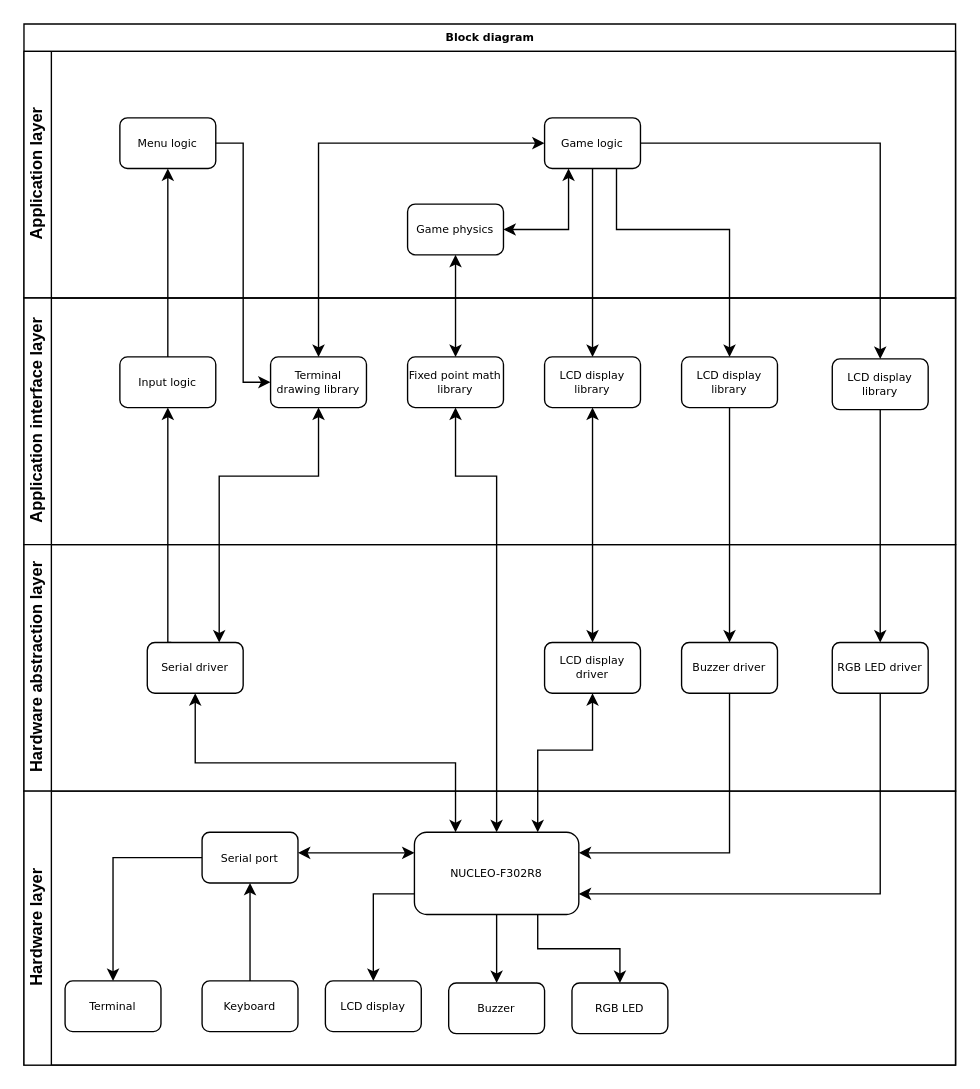
macnetic/30010-spaceship keeps this draw.io diagram as block diagram.drawio. Above is the earlier version. Source tidied: cells renumbered, new cells numbered last; positions are measured from the earlier drawing's top-left corner, leaving out a move shared by most shapes. Both pictures are drawn from the tidied source at 137%, with x=0, y=0 at pixel (23, 23).
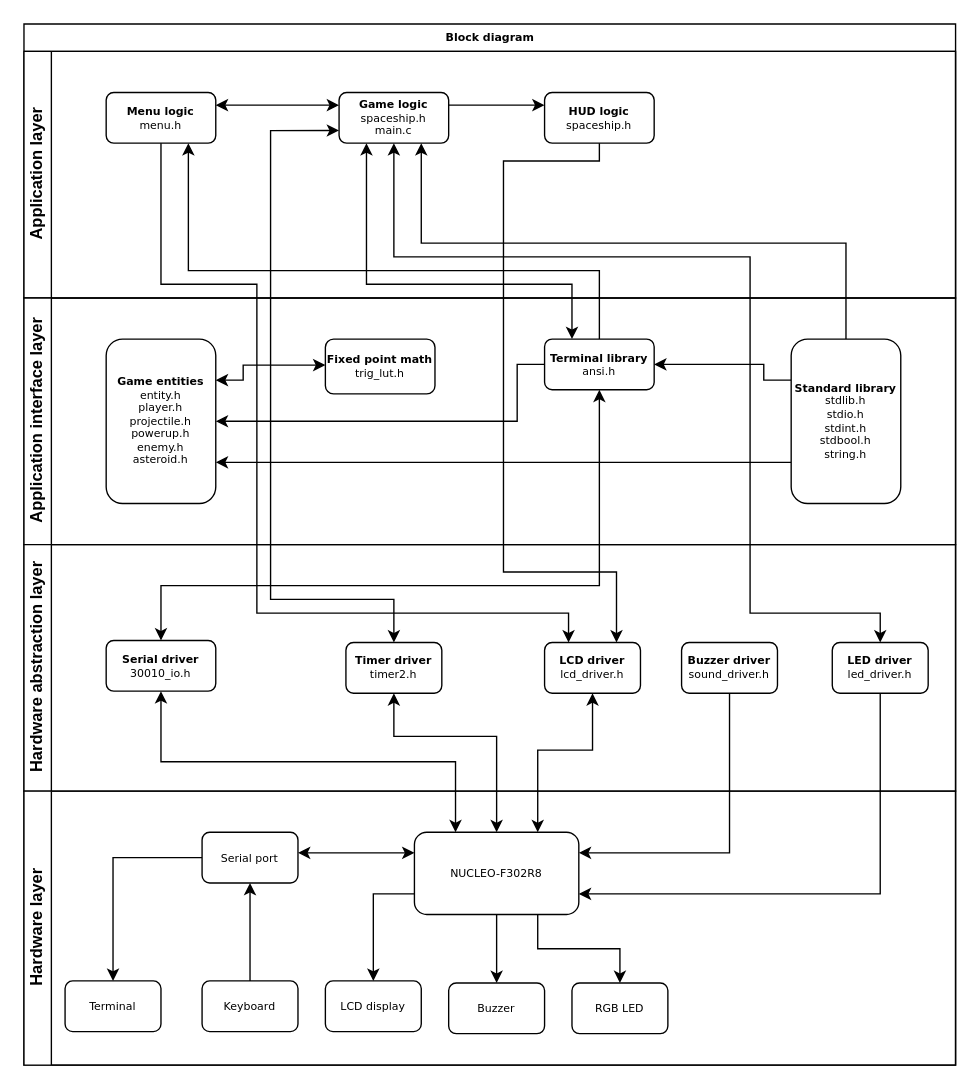
The same diagram, later.

Commit message (it also covers changes not shown here):
Auto stash before merge of "master" and "origin/master"

The change refers to these unchanged cells:
```xml
<mxCell id="2" value="Block diagram" style="swimlane;html=1;horizontal=1;startSize=20;rounded=0;shadow=0;labelBackgroundColor=none;strokeColor=#000000;strokeWidth=1;fillColor=#ffffff;fontFamily=Verdana;fontSize=8;fontColor=#000000;align=center;" parent="1" vertex="1">
  <mxGeometry width="680" height="760" as="geometry" />
</mxCell>
<mxCell id="3" value="Application layer" style="swimlane;html=1;startSize=20;horizontal=0;" parent="2" vertex="1">
  <mxGeometry y="20" width="680" height="180" as="geometry" />
</mxCell>
<mxCell id="8" value="Application interface layer" style="swimlane;html=1;startSize=20;horizontal=0;" parent="2" vertex="1">
  <mxGeometry y="200" width="680" height="180" as="geometry" />
</mxCell>
<mxCell id="20" value="Hardware abstraction layer" style="swimlane;html=1;startSize=20;horizontal=0;" parent="2" vertex="1">
  <mxGeometry y="380" width="680" height="180" as="geometry" />
</mxCell>
<mxCell id="35" value="NUCLEO-F302R8" style="rounded=1;whiteSpace=wrap;html=1;shadow=0;labelBackgroundColor=none;strokeColor=#000000;strokeWidth=1;fillColor=#ffffff;fontFamily=Verdana;fontSize=8;fontColor=#000000;align=center;" parent="31" vertex="1">
  <mxGeometry x="285" y="30" width="120" height="60" as="geometry" />
</mxCell>
```

What changed in the source:
```diff
@@
-    <mxCell id="4" style="edgeStyle=orthogonalEdgeStyle;rounded=0;jettySize=auto;html=1;entryX=1;entryY=0.5;entryDx=0;entryDy=0;startArrow=classic;startFill=1;exitX=0.25;exitY=1;exitDx=0;exitDy=0;" parent="3" edge="1" source="5" target="7">
-      <mxGeometry relative="1" as="geometry" />
-    </mxCell>
-    <mxCell id="5" value="Game logic" style="rounded=1;whiteSpace=wrap;html=1;shadow=0;labelBackgroundColor=none;strokeColor=#000000;strokeWidth=1;fillColor=#ffffff;fontFamily=Verdana;fontSize=8;fontColor=#000000;align=center;" parent="3" vertex="1">
-      <mxGeometry x="380" y="48.5" width="70" height="37" as="geometry" />
+    <mxCell id="5" value="&lt;div&gt;&lt;b&gt;HUD logic&lt;/b&gt;&lt;/div&gt;&lt;div&gt;spaceship.h&lt;br&gt;&lt;b&gt;&lt;/b&gt;&lt;/div&gt;" style="rounded=1;whiteSpace=wrap;html=1;shadow=0;labelBackgroundColor=none;strokeColor=#000000;strokeWidth=1;fillColor=#ffffff;fontFamily=Verdana;fontSize=8;fontColor=#000000;align=center;" parent="3" vertex="1">
+      <mxGeometry x="380" y="30" width="80" height="37" as="geometry" />
     </mxCell>
-    <mxCell id="6" value="Menu logic" style="rounded=1;whiteSpace=wrap;html=1;shadow=0;labelBackgroundColor=none;strokeColor=#000000;strokeWidth=1;fillColor=#ffffff;fontFamily=Verdana;fontSize=8;fontColor=#000000;align=center;" parent="3" vertex="1">
-      <mxGeometry x="70" y="48.5" width="70" height="37" as="geometry" />
+    <mxCell id="6" value="&lt;div&gt;&lt;b&gt;Menu logic&lt;/b&gt;&lt;/div&gt;menu.h" style="rounded=1;whiteSpace=wrap;html=1;shadow=0;labelBackgroundColor=none;strokeColor=#000000;strokeWidth=1;fillColor=#ffffff;fontFamily=Verdana;fontSize=8;fontColor=#000000;align=center;" parent="3" vertex="1">
+      <mxGeometry x="60" y="30" width="80" height="37" as="geometry" />
     </mxCell>
-    <mxCell id="7" value="Game physics" style="rounded=1;whiteSpace=wrap;html=1;shadow=0;labelBackgroundColor=none;strokeColor=#000000;strokeWidth=1;fillColor=#ffffff;fontFamily=Verdana;fontSize=8;fontColor=#000000;align=center;" parent="3" vertex="1">
-      <mxGeometry x="280" y="111.5" width="70" height="37" as="geometry" />
-    </mxCell>
@@
+    <mxCell id="51" style="edgeStyle=orthogonalEdgeStyle;rounded=0;jettySize=auto;html=1;entryX=1;entryY=0.25;entryDx=0;entryDy=0;startArrow=classic;startFill=1;" parent="8" edge="1" source="9" target="10">
+      <mxGeometry relative="1" as="geometry">
+        <Array as="points">
+          <mxPoint x="160" y="49" />
+          <mxPoint x="160" y="60" />
+        </Array>
+      </mxGeometry>
+    </mxCell>
-    <mxCell id="9" value="Fixed point math library" style="rounded=1;whiteSpace=wrap;html=1;shadow=0;labelBackgroundColor=none;strokeColor=#000000;strokeWidth=1;fillColor=#ffffff;fontFamily=Verdana;fontSize=8;fontColor=#000000;align=center;" parent="8" vertex="1">
-      <mxGeometry x="280" y="43" width="70" height="37" as="geometry" />
+    <mxCell id="9" value="&lt;div&gt;&lt;b&gt;Fixed point math&lt;/b&gt;&lt;/div&gt;&lt;div&gt;trig_lut.h&lt;br&gt;&lt;b&gt;&lt;/b&gt;&lt;/div&gt;" style="rounded=1;whiteSpace=wrap;html=1;shadow=0;labelBackgroundColor=none;strokeColor=#000000;strokeWidth=1;fillColor=#ffffff;fontFamily=Verdana;fontSize=8;fontColor=#000000;align=center;" parent="8" vertex="1">
+      <mxGeometry x="220" y="30" width="80" height="40" as="geometry" />
     </mxCell>
-    <mxCell id="10" value="Terminal drawing library" style="rounded=1;whiteSpace=wrap;html=1;shadow=0;labelBackgroundColor=none;strokeColor=#000000;strokeWidth=1;fillColor=#ffffff;fontFamily=Verdana;fontSize=8;fontColor=#000000;align=center;" parent="8" vertex="1">
-      <mxGeometry x="180" y="43" width="70" height="37" as="geometry" />
+    <mxCell id="10" value="&lt;div&gt;&lt;b&gt;Game entities&lt;/b&gt;&lt;/div&gt;&lt;div&gt;entity.h&lt;/div&gt;&lt;div&gt;player.h&lt;/div&gt;&lt;div&gt;projectile.h&lt;/div&gt;&lt;div&gt;powerup.h&lt;/div&gt;&lt;div&gt;enemy.h&lt;/div&gt;&lt;div&gt;asteroid.h&lt;/div&gt;" style="rounded=1;whiteSpace=wrap;html=1;shadow=0;labelBackgroundColor=none;strokeColor=#000000;strokeWidth=1;fillColor=#ffffff;fontFamily=Verdana;fontSize=8;fontColor=#000000;align=center;" parent="8" vertex="1">
+      <mxGeometry x="60" y="30" width="80" height="120" as="geometry" />
     </mxCell>
-    <mxCell id="11" value="Input logic" style="rounded=1;whiteSpace=wrap;html=1;shadow=0;labelBackgroundColor=none;strokeColor=#000000;strokeWidth=1;fillColor=#ffffff;fontFamily=Verdana;fontSize=8;fontColor=#000000;align=center;" parent="8" vertex="1">
-      <mxGeometry x="70" y="43" width="70" height="37" as="geometry" />
-    </mxCell>
+    <mxCell id="52" style="edgeStyle=orthogonalEdgeStyle;rounded=0;jettySize=auto;html=1;entryX=1;entryY=0.5;entryDx=0;entryDy=0;startArrow=none;startFill=0;" parent="8" edge="1" source="12" target="10">
+      <mxGeometry relative="1" as="geometry">
+        <Array as="points">
+          <mxPoint x="360" y="49" />
+          <mxPoint x="360" y="90" />
+        </Array>
+      </mxGeometry>
+    </mxCell>
-    <mxCell id="12" value="LCD display library" style="rounded=1;whiteSpace=wrap;html=1;shadow=0;labelBackgroundColor=none;strokeColor=#000000;strokeWidth=1;fillColor=#ffffff;fontFamily=Verdana;fontSize=8;fontColor=#000000;align=center;" parent="8" vertex="1">
-      <mxGeometry x="380" y="43" width="70" height="37" as="geometry" />
+    <mxCell id="12" value="&lt;div&gt;&lt;b&gt;Terminal library&lt;/b&gt;&lt;/div&gt;&lt;div&gt;ansi.h&lt;br&gt;&lt;b&gt;&lt;/b&gt;&lt;/div&gt;" style="rounded=1;whiteSpace=wrap;html=1;shadow=0;labelBackgroundColor=none;strokeColor=#000000;strokeWidth=1;fillColor=#ffffff;fontFamily=Verdana;fontSize=8;fontColor=#000000;align=center;" parent="8" vertex="1">
+      <mxGeometry x="380" y="30" width="80" height="37" as="geometry" />
     </mxCell>
+    <mxCell id="53" style="edgeStyle=orthogonalEdgeStyle;rounded=0;jettySize=auto;html=1;exitX=0;exitY=0.75;exitDx=0;exitDy=0;entryX=1;entryY=0.75;entryDx=0;entryDy=0;startArrow=none;startFill=0;" parent="8" edge="1" source="13" target="10">
+      <mxGeometry relative="1" as="geometry" />
+    </mxCell>
+    <mxCell id="54" style="edgeStyle=orthogonalEdgeStyle;rounded=0;jettySize=auto;html=1;exitX=0;exitY=0.25;exitDx=0;exitDy=0;entryX=1;entryY=0.5;entryDx=0;entryDy=0;startArrow=none;startFill=0;" parent="8" edge="1" source="13" target="12">
+      <mxGeometry relative="1" as="geometry">
+        <Array as="points">
+          <mxPoint x="540" y="60" />
+          <mxPoint x="540" y="49" />
+        </Array>
+      </mxGeometry>
+    </mxCell>
-    <mxCell id="13" value="LCD display library" style="rounded=1;whiteSpace=wrap;html=1;shadow=0;labelBackgroundColor=none;strokeColor=#000000;strokeWidth=1;fillColor=#ffffff;fontFamily=Verdana;fontSize=8;fontColor=#000000;align=center;" parent="8" vertex="1">
-      <mxGeometry x="590" y="44.5" width="70" height="37" as="geometry" />
+    <mxCell id="13" value="&lt;div&gt;&lt;b&gt;Standard library&lt;/b&gt;&lt;/div&gt;&lt;div&gt;stdlib.h&lt;/div&gt;&lt;div&gt;stdio.h&lt;/div&gt;&lt;div&gt;stdint.h&lt;/div&gt;&lt;div&gt;stdbool.h&lt;/div&gt;&lt;div&gt;string.h&lt;br&gt;&lt;/div&gt;" style="rounded=1;whiteSpace=wrap;html=1;shadow=0;labelBackgroundColor=none;strokeColor=#000000;strokeWidth=1;fillColor=#ffffff;fontFamily=Verdana;fontSize=8;fontColor=#000000;align=center;" parent="8" vertex="1">
+      <mxGeometry x="560" y="30" width="80" height="120" as="geometry" />
     </mxCell>
-    <mxCell id="14" style="edgeStyle=orthogonalEdgeStyle;rounded=0;jettySize=auto;html=1;startArrow=classic;startFill=1;exitX=0.75;exitY=0;exitDx=0;exitDy=0;" parent="2" edge="1" source="21" target="10">
-      <mxGeometry relative="1" as="geometry">
-        <Array as="points">
-          <mxPoint x="213" y="330" />
-          <mxPoint x="285" y="330" />
-        </Array>
-      </mxGeometry>
-    </mxCell>
-    <mxCell id="15" style="edgeStyle=orthogonalEdgeStyle;rounded=0;jettySize=auto;html=1;entryX=0.5;entryY=1;entryDx=0;entryDy=0;startArrow=none;startFill=0;" parent="2" edge="1" source="11" target="6">
-      <mxGeometry relative="1" as="geometry" />
-    </mxCell>
-    <mxCell id="16" style="edgeStyle=orthogonalEdgeStyle;rounded=0;jettySize=auto;html=1;entryX=0;entryY=0.5;entryDx=0;entryDy=0;startArrow=none;startFill=0;" parent="2" edge="1" source="6" target="10">
-      <mxGeometry relative="1" as="geometry" />
-    </mxCell>
-    <mxCell id="17" style="edgeStyle=orthogonalEdgeStyle;rounded=0;jettySize=auto;html=1;entryX=0.5;entryY=0;entryDx=0;entryDy=0;startArrow=classic;startFill=1;exitX=0.5;exitY=1;exitDx=0;exitDy=0;" parent="2" edge="1" source="7" target="9">
-      <mxGeometry relative="1" as="geometry" />
-    </mxCell>
-    <mxCell id="18" style="edgeStyle=orthogonalEdgeStyle;rounded=0;jettySize=auto;html=1;entryX=0.5;entryY=0;entryDx=0;entryDy=0;startArrow=classic;startFill=1;exitX=0;exitY=0.5;exitDx=0;exitDy=0;" parent="2" edge="1" source="5" target="10">
-      <mxGeometry relative="1" as="geometry" />
-    </mxCell>
-    <mxCell id="19" style="edgeStyle=orthogonalEdgeStyle;rounded=0;jettySize=auto;html=1;exitX=0.25;exitY=0;exitDx=0;exitDy=0;entryX=0.5;entryY=1;entryDx=0;entryDy=0;startArrow=none;startFill=0;" parent="2" edge="1" source="21" target="11">
-      <mxGeometry relative="1" as="geometry">
-        <Array as="points">
-          <mxPoint x="105" y="451" />
-        </Array>
-      </mxGeometry>
-    </mxCell>
@@
-    <mxCell id="21" value="Serial driver" style="rounded=1;whiteSpace=wrap;html=1;shadow=0;labelBackgroundColor=none;strokeColor=#000000;strokeWidth=1;fillColor=#ffffff;fontFamily=Verdana;fontSize=8;fontColor=#000000;align=center;" parent="20" vertex="1">
-      <mxGeometry x="90" y="71.5" width="70" height="37" as="geometry" />
+    <mxCell id="21" value="&lt;div&gt;&lt;b&gt;Serial driver&lt;/b&gt;&lt;/div&gt;&lt;div&gt;30010_io.h&lt;br&gt;&lt;/div&gt;" style="rounded=1;whiteSpace=wrap;html=1;shadow=0;labelBackgroundColor=none;strokeColor=#000000;strokeWidth=1;fillColor=#ffffff;fontFamily=Verdana;fontSize=8;fontColor=#000000;align=center;" parent="20" vertex="1">
+      <mxGeometry x="60" y="70" width="80" height="37" as="geometry" />
     </mxCell>
-    <mxCell id="22" value="LCD display driver" style="rounded=1;whiteSpace=wrap;html=1;shadow=0;labelBackgroundColor=none;strokeColor=#000000;strokeWidth=1;fillColor=#ffffff;fontFamily=Verdana;fontSize=8;fontColor=#000000;align=center;" parent="20" vertex="1">
+    <mxCell id="22" value="&lt;div&gt;&lt;b&gt;LCD driver&lt;/b&gt;&lt;/div&gt;&lt;div&gt;lcd_driver.h&lt;br&gt;&lt;/div&gt;" style="rounded=1;whiteSpace=wrap;html=1;shadow=0;labelBackgroundColor=none;strokeColor=#000000;strokeWidth=1;fillColor=#ffffff;fontFamily=Verdana;fontSize=8;fontColor=#000000;align=center;" parent="20" vertex="1">
       <mxGeometry x="380" y="71.5" width="70" height="37" as="geometry" />
     </mxCell>
-    <mxCell id="23" value="RGB LED driver" style="rounded=1;whiteSpace=wrap;html=1;shadow=0;labelBackgroundColor=none;strokeColor=#000000;strokeWidth=1;fillColor=#ffffff;fontFamily=Verdana;fontSize=8;fontColor=#000000;align=center;" parent="20" vertex="1">
+    <mxCell id="23" value="&lt;div&gt;&lt;b&gt;LED driver&lt;/b&gt;&lt;/div&gt;&lt;div&gt;led_driver.h&lt;br&gt;&lt;b&gt;&lt;/b&gt;&lt;/div&gt;" style="rounded=1;whiteSpace=wrap;html=1;shadow=0;labelBackgroundColor=none;strokeColor=#000000;strokeWidth=1;fillColor=#ffffff;fontFamily=Verdana;fontSize=8;fontColor=#000000;align=center;" parent="20" vertex="1">
       <mxGeometry x="590" y="71.5" width="70" height="37" as="geometry" />
     </mxCell>
-    <mxCell id="24" value="Buzzer driver" style="rounded=1;whiteSpace=wrap;html=1;shadow=0;labelBackgroundColor=none;strokeColor=#000000;strokeWidth=1;fillColor=#ffffff;fontFamily=Verdana;fontSize=8;fontColor=#000000;align=center;" parent="20" vertex="1">
+    <mxCell id="24" value="&lt;div&gt;&lt;b&gt;Buzzer driver&lt;/b&gt;&lt;/div&gt;&lt;div&gt;sound_driver.h&lt;br&gt;&lt;/div&gt;" style="rounded=1;whiteSpace=wrap;html=1;shadow=0;labelBackgroundColor=none;strokeColor=#000000;strokeWidth=1;fillColor=#ffffff;fontFamily=Verdana;fontSize=8;fontColor=#000000;align=center;" parent="20" vertex="1">
       <mxGeometry x="480" y="71.5" width="70" height="37" as="geometry" />
     </mxCell>
+    <mxCell id="55" value="&lt;div&gt;&lt;b&gt;Timer driver&lt;/b&gt;&lt;/div&gt;&lt;div&gt;timer2.h&lt;br&gt;&lt;/div&gt;" style="rounded=1;whiteSpace=wrap;html=1;shadow=0;labelBackgroundColor=none;strokeColor=#000000;strokeWidth=1;fillColor=#ffffff;fontFamily=Verdana;fontSize=8;fontColor=#000000;align=center;" parent="20" vertex="1">
+      <mxGeometry x="235" y="71.5" width="70" height="37" as="geometry" />
+    </mxCell>
@@
-    <mxCell id="28" style="edgeStyle=orthogonalEdgeStyle;rounded=0;jettySize=auto;html=1;startArrow=classic;startFill=1;exitX=0.5;exitY=1;exitDx=0;exitDy=0;entryX=0.5;entryY=0;entryDx=0;entryDy=0;" parent="2" edge="1" source="12" target="22">
-      <mxGeometry relative="1" as="geometry">
-        <Array as="points">
-          <mxPoint x="415" y="390" />
-          <mxPoint x="415" y="390" />
-        </Array>
-      </mxGeometry>
-    </mxCell>
@@
-    <mxCell id="30" style="edgeStyle=orthogonalEdgeStyle;rounded=0;jettySize=auto;html=1;entryX=0.5;entryY=0;entryDx=0;entryDy=0;startArrow=classic;startFill=1;exitX=0.5;exitY=1;exitDx=0;exitDy=0;" parent="2" edge="1" source="9" target="35">
-      <mxGeometry relative="1" as="geometry">
-        <Array as="points">
-          <mxPoint x="315" y="330" />
-          <mxPoint x="345" y="330" />
-        </Array>
-      </mxGeometry>
-    </mxCell>
@@
-    <mxCell id="45" style="edgeStyle=orthogonalEdgeStyle;rounded=0;jettySize=auto;html=1;exitX=0.5;exitY=1;exitDx=0;exitDy=0;entryX=0.5;entryY=0;entryDx=0;entryDy=0;startArrow=none;startFill=0;" parent="2" edge="1" source="13" target="23">
-      <mxGeometry relative="1" as="geometry" />
-    </mxCell>
-    <mxCell id="46" style="edgeStyle=orthogonalEdgeStyle;rounded=0;jettySize=auto;html=1;exitX=0.5;exitY=1;exitDx=0;exitDy=0;entryX=0.5;entryY=0;entryDx=0;entryDy=0;startArrow=none;startFill=0;" parent="2" edge="1" source="5" target="12">
-      <mxGeometry relative="1" as="geometry" />
-    </mxCell>
-    <mxCell id="47" style="edgeStyle=orthogonalEdgeStyle;rounded=0;jettySize=auto;html=1;exitX=1;exitY=0.5;exitDx=0;exitDy=0;entryX=0.5;entryY=0;entryDx=0;entryDy=0;startArrow=none;startFill=0;" parent="2" edge="1" source="5" target="13">
-      <mxGeometry relative="1" as="geometry" />
-    </mxCell>
-    <mxCell id="48" style="edgeStyle=orthogonalEdgeStyle;rounded=0;jettySize=auto;html=1;entryX=0.5;entryY=0;entryDx=0;entryDy=0;startArrow=none;startFill=0;" parent="1" edge="1" source="49" target="24">
-      <mxGeometry relative="1" as="geometry" />
-    </mxCell>
-    <mxCell id="49" value="LCD display library" style="rounded=1;whiteSpace=wrap;html=1;shadow=0;labelBackgroundColor=none;strokeColor=#000000;strokeWidth=1;fillColor=#ffffff;fontFamily=Verdana;fontSize=8;fontColor=#000000;align=center;" parent="1" vertex="1">
-      <mxGeometry x="480" y="243" width="70" height="37" as="geometry" />
-    </mxCell>
-    <mxCell id="50" style="edgeStyle=orthogonalEdgeStyle;rounded=0;jettySize=auto;html=1;exitX=0.75;exitY=1;exitDx=0;exitDy=0;startArrow=none;startFill=0;" parent="1" edge="1" source="5" target="49">
-      <mxGeometry relative="1" as="geometry">
-        <Array as="points">
-          <mxPoint x="432" y="150" />
-          <mxPoint x="515" y="150" />
-        </Array>
-      </mxGeometry>
-    </mxCell>
+    <mxCell id="56" style="edgeStyle=orthogonalEdgeStyle;rounded=0;jettySize=auto;html=1;startArrow=classic;startFill=1;" parent="2" edge="1" source="35" target="55">
+      <mxGeometry relative="1" as="geometry">
+        <Array as="points">
+          <mxPoint x="345" y="520" />
+          <mxPoint x="270" y="520" />
+        </Array>
+      </mxGeometry>
+    </mxCell>
+    <mxCell id="57" style="edgeStyle=orthogonalEdgeStyle;rounded=0;jettySize=auto;html=1;entryX=0.75;entryY=1;entryDx=0;entryDy=0;startArrow=none;startFill=0;" parent="2" edge="1" target="6">
+      <mxGeometry relative="1" as="geometry">
+        <mxPoint x="420" y="230" as="sourcePoint" />
+        <Array as="points">
+          <mxPoint x="420" y="180" />
+          <mxPoint x="120" y="180" />
+        </Array>
+      </mxGeometry>
+    </mxCell>
+    <mxCell id="58" style="edgeStyle=orthogonalEdgeStyle;rounded=0;jettySize=auto;html=1;exitX=0.5;exitY=1;exitDx=0;exitDy=0;entryX=0.25;entryY=0;entryDx=0;entryDy=0;startArrow=none;startFill=0;" parent="2" edge="1" source="6" target="22">
+      <mxGeometry relative="1" as="geometry">
+        <Array as="points">
+          <mxPoint x="100" y="190" />
+          <mxPoint x="170" y="190" />
+          <mxPoint x="170" y="430" />
+          <mxPoint x="397" y="430" />
+        </Array>
+      </mxGeometry>
+    </mxCell>
+    <mxCell id="59" style="edgeStyle=orthogonalEdgeStyle;rounded=0;jettySize=auto;html=1;startArrow=classic;startFill=1;" parent="2" edge="1" source="21" target="12">
+      <mxGeometry relative="1" as="geometry">
+        <Array as="points">
+          <mxPoint x="100" y="410" />
+          <mxPoint x="420" y="410" />
+        </Array>
+      </mxGeometry>
+    </mxCell>
+    <mxCell id="60" style="edgeStyle=orthogonalEdgeStyle;rounded=0;jettySize=auto;html=1;exitX=0.5;exitY=1;exitDx=0;exitDy=0;entryX=0.75;entryY=0;entryDx=0;entryDy=0;startArrow=none;startFill=0;" parent="2" edge="1" source="5" target="22">
+      <mxGeometry relative="1" as="geometry">
+        <Array as="points">
+          <mxPoint x="420" y="100" />
+          <mxPoint x="350" y="100" />
+          <mxPoint x="350" y="400" />
+          <mxPoint x="432" y="400" />
+        </Array>
+      </mxGeometry>
+    </mxCell>
+    <mxCell id="61" style="edgeStyle=orthogonalEdgeStyle;rounded=0;jettySize=auto;html=1;entryX=0;entryY=0.25;entryDx=0;entryDy=0;startArrow=none;startFill=0;exitX=1;exitY=0.25;exitDx=0;exitDy=0;" parent="1" edge="1" source="63" target="5">
+      <mxGeometry relative="1" as="geometry" />
+    </mxCell>
+    <mxCell id="62" style="edgeStyle=orthogonalEdgeStyle;rounded=0;jettySize=auto;html=1;entryX=1;entryY=0.25;entryDx=0;entryDy=0;startArrow=classic;startFill=1;exitX=0;exitY=0.25;exitDx=0;exitDy=0;" parent="1" edge="1" source="63" target="6">
+      <mxGeometry relative="1" as="geometry" />
+    </mxCell>
+    <mxCell id="63" value="&lt;div&gt;&lt;b&gt;Game logic&lt;/b&gt;&lt;/div&gt;&lt;div&gt;spaceship.h&lt;/div&gt;&lt;div&gt;main.c&lt;br&gt;&lt;b&gt;&lt;/b&gt;&lt;/div&gt;" style="rounded=1;whiteSpace=wrap;html=1;shadow=0;labelBackgroundColor=none;strokeColor=#000000;strokeWidth=1;fillColor=#ffffff;fontFamily=Verdana;fontSize=8;fontColor=#000000;align=center;" parent="1" vertex="1">
+      <mxGeometry x="230" y="50" width="80" height="37" as="geometry" />
+    </mxCell>
+    <mxCell id="64" style="edgeStyle=orthogonalEdgeStyle;rounded=0;jettySize=auto;html=1;entryX=0.75;entryY=1;entryDx=0;entryDy=0;startArrow=none;startFill=0;" parent="1" edge="1" source="13" target="63">
+      <mxGeometry relative="1" as="geometry">
+        <Array as="points">
+          <mxPoint x="600" y="160" />
+          <mxPoint x="290" y="160" />
+        </Array>
+      </mxGeometry>
+    </mxCell>
+    <mxCell id="65" style="edgeStyle=orthogonalEdgeStyle;rounded=0;jettySize=auto;html=1;startArrow=classic;startFill=1;" parent="1" edge="1" source="23" target="63">
+      <mxGeometry relative="1" as="geometry">
+        <Array as="points">
+          <mxPoint x="625" y="430" />
+          <mxPoint x="530" y="430" />
+          <mxPoint x="530" y="170" />
+          <mxPoint x="270" y="170" />
+        </Array>
+      </mxGeometry>
+    </mxCell>
+    <mxCell id="66" style="edgeStyle=orthogonalEdgeStyle;rounded=0;jettySize=auto;html=1;startArrow=classic;startFill=1;" parent="1" edge="1" source="12" target="63">
+      <mxGeometry relative="1" as="geometry">
+        <Array as="points">
+          <mxPoint x="400" y="190" />
+          <mxPoint x="250" y="190" />
+        </Array>
+      </mxGeometry>
+    </mxCell>
+    <mxCell id="67" style="edgeStyle=orthogonalEdgeStyle;rounded=0;jettySize=auto;html=1;exitX=0.5;exitY=0;exitDx=0;exitDy=0;entryX=0;entryY=0.75;entryDx=0;entryDy=0;startArrow=classic;startFill=1;" parent="1" edge="1" source="55" target="63">
+      <mxGeometry relative="1" as="geometry">
+        <Array as="points">
+          <mxPoint x="270" y="420" />
+          <mxPoint x="180" y="420" />
+          <mxPoint x="180" y="78" />
+        </Array>
+      </mxGeometry>
+    </mxCell>
```
